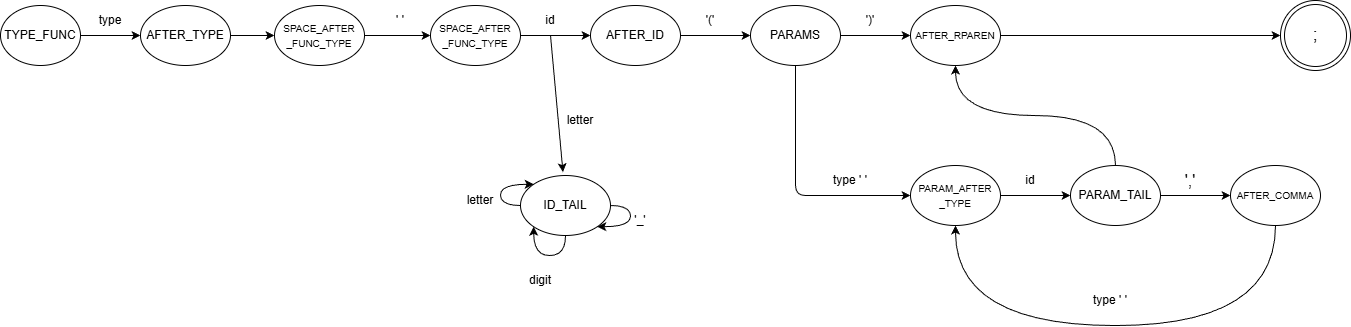
The draw.io diagram resources/src_for_readme/lab3/Graf_Automatic.png in Ko4erizhkas/CompileUI, before a commit. Source tidied: cells renumbered, new cells last; positions are measured from the earlier drawing's top-left corner, leaving out a move shared by most shapes.
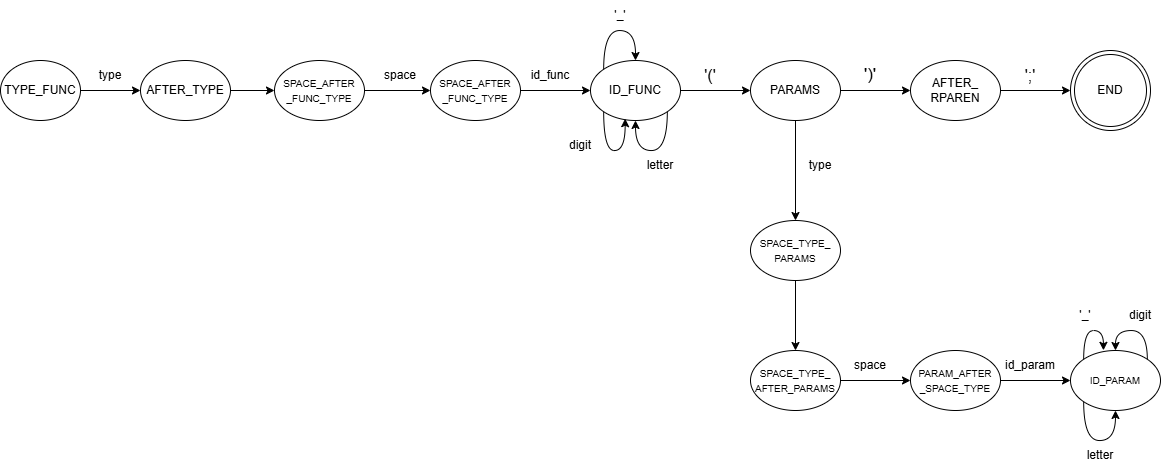
After the change.

What changed in the source:
```diff
@@ -23,127 +23,151 @@
     <mxCell id="8" value="&lt;div&gt;&lt;font style=&quot;font-size: 10px;&quot;&gt;&lt;br&gt;&lt;/font&gt;&lt;/div&gt;&lt;font style=&quot;font-size: 10px;&quot;&gt;SPACE_AFTER&lt;/font&gt;&lt;div&gt;&lt;font style=&quot;font-size: 10px;&quot;&gt;_FUNC_TYPE&lt;/font&gt;&lt;div&gt;&lt;br&gt;&lt;/div&gt;&lt;/div&gt;" style="ellipse;whiteSpace=wrap;html=1;align=center;" parent="1" vertex="1">
       <mxGeometry x="274" y="5" width="90" height="60" as="geometry" />
     </mxCell>
-    <mxCell id="9" style="edgeStyle=orthogonalEdgeStyle;rounded=0;jettySize=auto;html=1;exitX=1;exitY=0.5;exitDx=0;exitDy=0;entryX=0;entryY=0.5;entryDx=0;entryDy=0;" parent="1" edge="1" source="10" target="13">
-      <mxGeometry relative="1" as="geometry" />
+    <mxCell id="9" style="edgeStyle=orthogonalEdgeStyle;rounded=0;jettySize=auto;html=1;exitX=1;exitY=0.5;exitDx=0;exitDy=0;entryX=0;entryY=0.5;entryDx=0;entryDy=0;" parent="1" edge="1" source="10">
+      <mxGeometry relative="1" as="geometry">
+        <mxPoint x="590" y="35" as="targetPoint" />
+      </mxGeometry>
     </mxCell>
     <mxCell id="10" value="&lt;div&gt;&lt;font style=&quot;font-size: 10px;&quot;&gt;&lt;br&gt;&lt;/font&gt;&lt;/div&gt;&lt;font style=&quot;font-size: 10px;&quot;&gt;SPACE_AFTER&lt;/font&gt;&lt;div&gt;&lt;font style=&quot;font-size: 10px;&quot;&gt;_FUNC_TYPE&lt;/font&gt;&lt;div&gt;&lt;br&gt;&lt;/div&gt;&lt;/div&gt;" style="ellipse;whiteSpace=wrap;html=1;align=center;" parent="1" vertex="1">
       <mxGeometry x="430" y="5" width="90" height="60" as="geometry" />
     </mxCell>
-    <mxCell id="11" value="' '" style="text;html=1;whiteSpace=wrap;strokeColor=none;fillColor=none;align=center;verticalAlign=middle;rounded=0;" parent="1" vertex="1">
+    <mxCell id="11" value="space" style="text;html=1;whiteSpace=wrap;strokeColor=none;fillColor=none;align=center;verticalAlign=middle;rounded=0;" parent="1" vertex="1">
       <mxGeometry x="370" y="5" width="60" height="30" as="geometry" />
     </mxCell>
-    <mxCell id="12" style="edgeStyle=orthogonalEdgeStyle;rounded=0;jettySize=auto;html=1;exitX=1;exitY=0.5;exitDx=0;exitDy=0;entryX=0;entryY=0.5;entryDx=0;entryDy=0;" parent="1" edge="1" source="13" target="17">
-      <mxGeometry relative="1" as="geometry" />
-    </mxCell>
-    <mxCell id="13" value="AFTER_ID" style="ellipse;whiteSpace=wrap;html=1;align=center;" parent="1" vertex="1">
-      <mxGeometry x="590" y="5" width="90" height="60" as="geometry" />
-    </mxCell>
-    <mxCell id="14" value="id" style="text;html=1;whiteSpace=wrap;strokeColor=none;fillColor=none;align=center;verticalAlign=middle;rounded=0;" parent="1" vertex="1">
+    <mxCell id="14" value="id_func" style="text;html=1;whiteSpace=wrap;strokeColor=none;fillColor=none;align=center;verticalAlign=middle;rounded=0;" parent="1" vertex="1">
       <mxGeometry x="520" y="5" width="60" height="30" as="geometry" />
     </mxCell>
-    <mxCell id="15" style="edgeStyle=orthogonalEdgeStyle;rounded=0;jettySize=auto;html=1;exitX=1;exitY=0.5;exitDx=0;exitDy=0;entryX=0;entryY=0.5;entryDx=0;entryDy=0;" parent="1" edge="1" source="17" target="20">
-      <mxGeometry relative="1" as="geometry" />
-    </mxCell>
-    <mxCell id="16" style="edgeStyle=orthogonalEdgeStyle;rounded=1;jettySize=auto;html=1;exitX=0.5;exitY=1;exitDx=0;exitDy=0;entryX=0;entryY=0.5;entryDx=0;entryDy=0;curved=0;" parent="1" edge="1" source="17" target="23">
-      <mxGeometry relative="1" as="geometry" />
-    </mxCell>
+    <mxCell id="43" style="edgeStyle=orthogonalEdgeStyle;rounded=0;orthogonalLoop=1;jettySize=auto;html=1;exitX=1;exitY=0;exitDx=0;exitDy=0;entryX=0.5;entryY=0;entryDx=0;entryDy=0;" parent="1" edge="1" source="45" target="45">
+      <mxGeometry relative="1" as="geometry" />
+    </mxCell>
+    <mxCell id="44" style="edgeStyle=orthogonalEdgeStyle;rounded=0;jettySize=auto;html=1;exitX=1;exitY=0.5;exitDx=0;exitDy=0;" parent="1" edge="1" source="45" target="17">
+      <mxGeometry relative="1" as="geometry" />
+    </mxCell>
+    <mxCell id="45" value="&lt;div&gt;ID_FUNC&lt;/div&gt;" style="ellipse;whiteSpace=wrap;html=1;align=center;" parent="1" vertex="1">
+      <mxGeometry x="590" y="5" width="90" height="60" as="geometry" />
+    </mxCell>
+    <mxCell id="46" style="edgeStyle=orthogonalEdgeStyle;rounded=0;orthogonalLoop=1;jettySize=auto;html=1;exitX=0;exitY=0;exitDx=0;exitDy=0;entryX=0.5;entryY=0;entryDx=0;entryDy=0;curved=1;" parent="1" edge="1" source="45" target="45">
+      <mxGeometry relative="1" as="geometry">
+        <Array as="points">
+          <mxPoint x="603" y="-25" />
+          <mxPoint x="635" y="-25" />
+        </Array>
+      </mxGeometry>
+    </mxCell>
+    <mxCell id="47" style="edgeStyle=orthogonalEdgeStyle;rounded=0;orthogonalLoop=1;jettySize=auto;html=1;exitX=0;exitY=1;exitDx=0;exitDy=0;entryX=0.385;entryY=0.97;entryDx=0;entryDy=0;entryPerimeter=0;curved=1;" parent="1" edge="1" source="45" target="45">
+      <mxGeometry relative="1" as="geometry">
+        <Array as="points">
+          <mxPoint x="603" y="95" />
+          <mxPoint x="625" y="95" />
+        </Array>
+      </mxGeometry>
+    </mxCell>
+    <mxCell id="48" style="edgeStyle=orthogonalEdgeStyle;rounded=0;orthogonalLoop=1;jettySize=auto;html=1;exitX=1;exitY=1;exitDx=0;exitDy=0;entryX=0.5;entryY=1;entryDx=0;entryDy=0;curved=1;" parent="1" edge="1" source="45" target="45">
+      <mxGeometry relative="1" as="geometry">
+        <Array as="points">
+          <mxPoint x="667" y="95" />
+          <mxPoint x="635" y="95" />
+        </Array>
+      </mxGeometry>
+    </mxCell>
+    <mxCell id="49" value="'_'" style="text;html=1;whiteSpace=wrap;strokeColor=none;fillColor=none;align=center;verticalAlign=middle;rounded=0;" parent="1" vertex="1">
+      <mxGeometry x="590" y="-55" width="60" height="30" as="geometry" />
+    </mxCell>
+    <mxCell id="50" value="digit" style="text;html=1;whiteSpace=wrap;strokeColor=none;fillColor=none;align=center;verticalAlign=middle;rounded=0;" parent="1" vertex="1">
+      <mxGeometry x="550" y="75" width="60" height="30" as="geometry" />
+    </mxCell>
+    <mxCell id="51" value="letter" style="text;html=1;whiteSpace=wrap;strokeColor=none;fillColor=none;align=center;verticalAlign=middle;rounded=0;" parent="1" vertex="1">
+      <mxGeometry x="630" y="95" width="60" height="30" as="geometry" />
+    </mxCell>
+    <mxCell id="52" style="edgeStyle=orthogonalEdgeStyle;rounded=0;jettySize=auto;html=1;exitX=1;exitY=0.5;exitDx=0;exitDy=0;" parent="1" edge="1" source="17" target="55">
+      <mxGeometry relative="1" as="geometry" />
+    </mxCell>
+    <mxCell id="53" style="edgeStyle=orthogonalEdgeStyle;rounded=0;jettySize=auto;html=1;exitX=0.5;exitY=1;exitDx=0;exitDy=0;entryX=0.5;entryY=0;entryDx=0;entryDy=0;" parent="1" edge="1" source="17" target="59">
+      <mxGeometry relative="1" as="geometry" />
+    </mxCell>
-    <mxCell id="17" value="PARAMS" style="ellipse;whiteSpace=wrap;html=1;align=center;" parent="1" vertex="1">
+    <mxCell id="17" value="&lt;div&gt;PARAMS&lt;/div&gt;" style="ellipse;whiteSpace=wrap;html=1;align=center;" parent="1" vertex="1">
       <mxGeometry x="750" y="5" width="90" height="60" as="geometry" />
     </mxCell>
-    <mxCell id="18" value="'('" style="text;html=1;whiteSpace=wrap;strokeColor=none;fillColor=none;align=center;verticalAlign=middle;rounded=0;" parent="1" vertex="1">
+    <mxCell id="18" value="&lt;font style=&quot;font-size: 16px;&quot;&gt;'('&lt;/font&gt;" style="text;html=1;whiteSpace=wrap;strokeColor=none;fillColor=none;align=center;verticalAlign=middle;rounded=0;" parent="1" vertex="1">
       <mxGeometry x="680" y="5" width="60" height="30" as="geometry" />
     </mxCell>
-    <mxCell id="19" style="edgeStyle=orthogonalEdgeStyle;rounded=0;jettySize=auto;html=1;exitX=1;exitY=0.5;exitDx=0;exitDy=0;entryX=0;entryY=0.5;entryDx=0;entryDy=0;" parent="1" edge="1" source="20" target="33">
-      <mxGeometry relative="1" as="geometry" />
-    </mxCell>
-    <mxCell id="20" value="&lt;font style=&quot;font-size: 10px;&quot;&gt;AFTER_RPAREN&lt;/font&gt;" style="ellipse;whiteSpace=wrap;html=1;align=center;" parent="1" vertex="1">
-      <mxGeometry x="910" y="5" width="90" height="60" as="geometry" />
-    </mxCell>
+    <mxCell id="54" style="edgeStyle=orthogonalEdgeStyle;rounded=0;jettySize=auto;html=1;exitX=1;exitY=0.5;exitDx=0;exitDy=0;entryX=0;entryY=0.5;entryDx=0;entryDy=0;" parent="1" edge="1" source="55" target="56">
+      <mxGeometry relative="1" as="geometry" />
+    </mxCell>
+    <mxCell id="55" value="&lt;div&gt;AFTER_&lt;/div&gt;&lt;div&gt;RPAREN&lt;/div&gt;" style="ellipse;whiteSpace=wrap;html=1;align=center;" parent="1" vertex="1">
+      <mxGeometry x="910" y="5" width="90" height="60" as="geometry" />
+    </mxCell>
-    <mxCell id="21" value="')'" style="text;html=1;whiteSpace=wrap;strokeColor=none;fillColor=none;align=center;verticalAlign=middle;rounded=0;" parent="1" vertex="1">
+    <mxCell id="21" value="&lt;font style=&quot;font-size: 17px;&quot;&gt;')'&lt;/font&gt;" style="text;html=1;whiteSpace=wrap;strokeColor=none;fillColor=none;align=center;verticalAlign=middle;rounded=0;" parent="1" vertex="1">
       <mxGeometry x="840" y="5" width="60" height="30" as="geometry" />
     </mxCell>
-    <mxCell id="22" style="edgeStyle=orthogonalEdgeStyle;rounded=0;jettySize=auto;html=1;exitX=1;exitY=0.5;exitDx=0;exitDy=0;entryX=0;entryY=0.5;entryDx=0;entryDy=0;" parent="1" edge="1" source="23" target="27">
-      <mxGeometry relative="1" as="geometry" />
-    </mxCell>
-    <mxCell id="23" value="&lt;font style=&quot;font-size: 10px;&quot;&gt;PARAM_AFTER&lt;/font&gt;&lt;div&gt;&lt;font style=&quot;font-size: 10px;&quot;&gt;_TYPE&lt;/font&gt;&lt;/div&gt;" style="ellipse;whiteSpace=wrap;html=1;align=center;" parent="1" vertex="1">
-      <mxGeometry x="910" y="165" width="90" height="60" as="geometry" />
-    </mxCell>
-    <mxCell id="24" value="type ' '" style="text;html=1;whiteSpace=wrap;strokeColor=none;fillColor=none;align=center;verticalAlign=middle;rounded=0;" parent="1" vertex="1">
-      <mxGeometry x="820" y="165" width="60" height="30" as="geometry" />
-    </mxCell>
-    <mxCell id="25" style="edgeStyle=orthogonalEdgeStyle;rounded=0;jettySize=auto;html=1;exitX=1;exitY=0.5;exitDx=0;exitDy=0;" parent="1" edge="1" source="27" target="30">
-      <mxGeometry relative="1" as="geometry" />
-    </mxCell>
-    <mxCell id="26" style="edgeStyle=orthogonalEdgeStyle;rounded=0;jettySize=auto;html=1;exitX=0.5;exitY=0;exitDx=0;exitDy=0;entryX=0.5;entryY=1;entryDx=0;entryDy=0;curved=1;" parent="1" edge="1" source="27" target="20">
-      <mxGeometry relative="1" as="geometry" />
-    </mxCell>
-    <mxCell id="27" value="PARAM_TAIL" style="ellipse;whiteSpace=wrap;html=1;align=center;" parent="1" vertex="1">
-      <mxGeometry x="1070" y="165" width="90" height="60" as="geometry" />
-    </mxCell>
-    <mxCell id="28" value="id" style="text;html=1;whiteSpace=wrap;strokeColor=none;fillColor=none;align=center;verticalAlign=middle;rounded=0;" parent="1" vertex="1">
-      <mxGeometry x="1000" y="165" width="60" height="30" as="geometry" />
-    </mxCell>
-    <mxCell id="29" style="edgeStyle=orthogonalEdgeStyle;rounded=0;jettySize=auto;html=1;exitX=0.5;exitY=1;exitDx=0;exitDy=0;entryX=0.5;entryY=1;entryDx=0;entryDy=0;curved=1;" parent="1" edge="1" source="30" target="23">
-      <mxGeometry relative="1" as="geometry">
-        <Array as="points">
-          <mxPoint x="1275" y="325" />
-          <mxPoint x="955" y="325" />
-        </Array>
-      </mxGeometry>
-    </mxCell>
-    <mxCell id="30" value="&lt;font style=&quot;font-size: 10px;&quot;&gt;AFTER_COMMA&lt;/font&gt;" style="ellipse;whiteSpace=wrap;html=1;align=center;" parent="1" vertex="1">
-      <mxGeometry x="1230" y="165" width="90" height="60" as="geometry" />
-    </mxCell>
-    <mxCell id="31" value="&lt;font style=&quot;font-size: 16px;&quot;&gt;','&lt;/font&gt;" style="text;html=1;whiteSpace=wrap;strokeColor=none;fillColor=none;align=center;verticalAlign=middle;rounded=0;" parent="1" vertex="1">
-      <mxGeometry x="1160" y="165" width="60" height="30" as="geometry" />
-    </mxCell>
-    <mxCell id="32" value="type ' '" style="text;html=1;whiteSpace=wrap;strokeColor=none;fillColor=none;align=center;verticalAlign=middle;rounded=0;" parent="1" vertex="1">
-      <mxGeometry x="1080" y="285" width="60" height="30" as="geometry" />
-    </mxCell>
-    <mxCell id="33" value="&lt;font style=&quot;font-size: 17px;&quot;&gt;;&lt;/font&gt;" style="ellipse;shape=doubleEllipse;whiteSpace=wrap;html=1;" parent="1" vertex="1">
-      <mxGeometry x="1280" width="70" height="70" as="geometry" />
-    </mxCell>
-    <mxCell id="34" value="&lt;div&gt;ID_TAIL&lt;/div&gt;" style="ellipse;whiteSpace=wrap;html=1;align=center;" parent="1" vertex="1">
-      <mxGeometry x="520" y="175" width="90" height="60" as="geometry" />
-    </mxCell>
-    <mxCell id="35" style="endArrow=classic;html=1;rounded=0;exitX=0.5;exitY=1;exitDx=0;exitDy=0;entryX=0.472;entryY=-0.056;entryDx=0;entryDy=0;entryPerimeter=0;" parent="1" edge="1" source="14" target="34">
-      <mxGeometry relative="1" as="geometry" />
-    </mxCell>
-    <mxCell id="36" value="letter" style="text;html=1;whiteSpace=wrap;strokeColor=none;fillColor=none;align=center;verticalAlign=middle;rounded=0;" parent="1" vertex="1">
-      <mxGeometry x="550" y="105" width="60" height="30" as="geometry" />
-    </mxCell>
-    <mxCell id="37" style="edgeStyle=orthogonalEdgeStyle;rounded=0;orthogonalLoop=1;jettySize=auto;html=1;exitX=1;exitY=0.5;exitDx=0;exitDy=0;entryX=1;entryY=1;entryDx=0;entryDy=0;curved=1;" parent="1" edge="1" source="34" target="34">
-      <mxGeometry relative="1" as="geometry">
-        <Array as="points">
-          <mxPoint x="630" y="205" />
-          <mxPoint x="630" y="226" />
-        </Array>
-      </mxGeometry>
-    </mxCell>
-    <mxCell id="38" style="edgeStyle=orthogonalEdgeStyle;rounded=0;orthogonalLoop=1;jettySize=auto;html=1;exitX=0.5;exitY=1;exitDx=0;exitDy=0;entryX=0;entryY=1;entryDx=0;entryDy=0;curved=1;" parent="1" edge="1" source="34" target="34">
-      <mxGeometry relative="1" as="geometry">
-        <Array as="points">
-          <mxPoint x="565" y="255" />
-          <mxPoint x="533" y="255" />
-        </Array>
-      </mxGeometry>
-    </mxCell>
-    <mxCell id="39" style="edgeStyle=orthogonalEdgeStyle;rounded=0;orthogonalLoop=1;jettySize=auto;html=1;exitX=0;exitY=0.5;exitDx=0;exitDy=0;entryX=0;entryY=0;entryDx=0;entryDy=0;curved=1;" parent="1" edge="1" source="34" target="34">
-      <mxGeometry relative="1" as="geometry">
-        <Array as="points">
-          <mxPoint x="500" y="205" />
-          <mxPoint x="500" y="184" />
-        </Array>
-      </mxGeometry>
-    </mxCell>
-    <mxCell id="40" value="letter" style="text;html=1;whiteSpace=wrap;strokeColor=none;fillColor=none;align=center;verticalAlign=middle;rounded=0;" parent="1" vertex="1">
-      <mxGeometry x="450" y="185" width="60" height="30" as="geometry" />
-    </mxCell>
-    <mxCell id="41" value="digit" style="text;html=1;whiteSpace=wrap;strokeColor=none;fillColor=none;align=center;verticalAlign=middle;rounded=0;" parent="1" vertex="1">
-      <mxGeometry x="510" y="265" width="60" height="30" as="geometry" />
-    </mxCell>
-    <mxCell id="42" value="'_'" style="text;html=1;whiteSpace=wrap;strokeColor=none;fillColor=none;align=center;verticalAlign=middle;rounded=0;" parent="1" vertex="1">
-      <mxGeometry x="610" y="205" width="60" height="30" as="geometry" />
-    </mxCell>
+    <mxCell id="56" value="END" style="ellipse;shape=doubleEllipse;whiteSpace=wrap;html=1;" parent="1" vertex="1">
+      <mxGeometry x="1070" y="-5" width="80" height="80" as="geometry" />
+    </mxCell>
+    <mxCell id="57" value="&lt;font style=&quot;font-size: 16px;&quot;&gt;';'&lt;/font&gt;" style="text;html=1;whiteSpace=wrap;strokeColor=none;fillColor=none;align=center;verticalAlign=middle;rounded=0;" parent="1" vertex="1">
+      <mxGeometry x="1000" y="5" width="60" height="30" as="geometry" />
+    </mxCell>
+    <mxCell id="58" style="edgeStyle=orthogonalEdgeStyle;rounded=0;jettySize=auto;html=1;exitX=0.5;exitY=1;exitDx=0;exitDy=0;entryX=0.5;entryY=0;entryDx=0;entryDy=0;" parent="1" edge="1" source="59" target="63">
+      <mxGeometry relative="1" as="geometry" />
+    </mxCell>
+    <mxCell id="59" value="&lt;div&gt;&lt;font style=&quot;font-size: 10px;&quot;&gt;SPACE_TYPE_&lt;/font&gt;&lt;/div&gt;&lt;div&gt;&lt;font style=&quot;font-size: 10px;&quot;&gt;PARAMS&lt;/font&gt;&lt;/div&gt;" style="ellipse;whiteSpace=wrap;html=1;align=center;" parent="1" vertex="1">
+      <mxGeometry x="750" y="165" width="90" height="60" as="geometry" />
+    </mxCell>
+    <mxCell id="60" value="type" style="text;html=1;whiteSpace=wrap;strokeColor=none;fillColor=none;align=center;verticalAlign=middle;rounded=0;" parent="1" vertex="1">
+      <mxGeometry x="790" y="95" width="60" height="30" as="geometry" />
+    </mxCell>
+    <mxCell id="61" style="edgeStyle=orthogonalEdgeStyle;rounded=0;jettySize=auto;html=1;exitX=1;exitY=0.5;exitDx=0;exitDy=0;entryX=0;entryY=0.5;entryDx=0;entryDy=0;" parent="1" edge="1" source="67" target="65">
+      <mxGeometry relative="1" as="geometry" />
+    </mxCell>
+    <mxCell id="62" style="edgeStyle=orthogonalEdgeStyle;rounded=0;jettySize=auto;html=1;exitX=1;exitY=0.5;exitDx=0;exitDy=0;entryX=0;entryY=0.5;entryDx=0;entryDy=0;" parent="1" edge="1" source="63" target="67">
+      <mxGeometry relative="1" as="geometry" />
+    </mxCell>
+    <mxCell id="63" value="&lt;div&gt;&lt;font style=&quot;font-size: 10px;&quot;&gt;SPACE_TYPE_&lt;/font&gt;&lt;/div&gt;&lt;div&gt;&lt;font style=&quot;font-size: 10px;&quot;&gt;AFTER_&lt;span style=&quot;background-color: transparent; color: light-dark(rgb(0, 0, 0), rgb(255, 255, 255));&quot;&gt;PARAMS&lt;/span&gt;&lt;/font&gt;&lt;/div&gt;" style="ellipse;whiteSpace=wrap;html=1;align=center;" parent="1" vertex="1">
+      <mxGeometry x="750" y="295" width="90" height="60" as="geometry" />
+    </mxCell>
+    <mxCell id="64" value="space" style="text;html=1;whiteSpace=wrap;strokeColor=none;fillColor=none;align=center;verticalAlign=middle;rounded=0;" parent="1" vertex="1">
+      <mxGeometry x="840" y="295" width="60" height="30" as="geometry" />
+    </mxCell>
+    <mxCell id="65" value="&lt;span style=&quot;font-size: 10px;&quot;&gt;ID_PARAM&lt;/span&gt;" style="ellipse;whiteSpace=wrap;html=1;align=center;" parent="1" vertex="1">
+      <mxGeometry x="1070" y="295" width="90" height="60" as="geometry" />
+    </mxCell>
+    <mxCell id="66" value="id_param" style="text;html=1;whiteSpace=wrap;strokeColor=none;fillColor=none;align=center;verticalAlign=middle;rounded=0;" parent="1" vertex="1">
+      <mxGeometry x="1000" y="295" width="60" height="30" as="geometry" />
+    </mxCell>
+    <mxCell id="67" value="&lt;div&gt;&lt;span style=&quot;font-size: 10px; background-color: transparent; color: light-dark(rgb(0, 0, 0), rgb(255, 255, 255));&quot;&gt;PARAM_AFTER&lt;/span&gt;&lt;/div&gt;&lt;div&gt;&lt;span style=&quot;font-size: 10px; background-color: transparent; color: light-dark(rgb(0, 0, 0), rgb(255, 255, 255));&quot;&gt;_SPACE_TYPE&lt;/span&gt;&lt;/div&gt;" style="ellipse;whiteSpace=wrap;html=1;align=center;" parent="1" vertex="1">
+      <mxGeometry x="910" y="295" width="90" height="60" as="geometry" />
+    </mxCell>
+    <mxCell id="68" style="edgeStyle=orthogonalEdgeStyle;rounded=0;orthogonalLoop=1;jettySize=auto;html=1;exitX=0;exitY=0;exitDx=0;exitDy=0;entryX=0.366;entryY=-0.003;entryDx=0;entryDy=0;entryPerimeter=0;curved=1;" parent="1" edge="1" source="65" target="65">
+      <mxGeometry relative="1" as="geometry">
+        <Array as="points">
+          <mxPoint x="1083" y="275" />
+          <mxPoint x="1103" y="275" />
+        </Array>
+      </mxGeometry>
+    </mxCell>
+    <mxCell id="69" style="edgeStyle=orthogonalEdgeStyle;rounded=0;orthogonalLoop=1;jettySize=auto;html=1;exitX=1;exitY=0;exitDx=0;exitDy=0;entryX=0.5;entryY=0;entryDx=0;entryDy=0;curved=1;" parent="1" edge="1" source="65" target="65">
+      <mxGeometry relative="1" as="geometry">
+        <Array as="points">
+          <mxPoint x="1147" y="275" />
+          <mxPoint x="1115" y="275" />
+        </Array>
+      </mxGeometry>
+    </mxCell>
+    <mxCell id="70" style="edgeStyle=orthogonalEdgeStyle;rounded=0;orthogonalLoop=1;jettySize=auto;html=1;exitX=0;exitY=1;exitDx=0;exitDy=0;entryX=0.5;entryY=1;entryDx=0;entryDy=0;curved=1;" parent="1" edge="1" source="65" target="65">
+      <mxGeometry relative="1" as="geometry">
+        <Array as="points">
+          <mxPoint x="1083" y="385" />
+          <mxPoint x="1115" y="385" />
+        </Array>
+      </mxGeometry>
+    </mxCell>
+    <mxCell id="71" value="'_'" style="text;html=1;whiteSpace=wrap;strokeColor=none;fillColor=none;align=center;verticalAlign=middle;rounded=0;" parent="1" vertex="1">
+      <mxGeometry x="1070" y="245" width="30" height="30" as="geometry" />
+    </mxCell>
+    <mxCell id="72" value="digit" style="text;html=1;whiteSpace=wrap;strokeColor=none;fillColor=none;align=center;verticalAlign=middle;rounded=0;" parent="1" vertex="1">
+      <mxGeometry x="1110" y="245" width="60" height="30" as="geometry" />
+    </mxCell>
+    <mxCell id="73" value="letter" style="text;html=1;whiteSpace=wrap;strokeColor=none;fillColor=none;align=center;verticalAlign=middle;rounded=0;" parent="1" vertex="1">
+      <mxGeometry x="1070" y="385" width="60" height="30" as="geometry" />
+    </mxCell>
   </root>
 </mxGraphModel>
```
